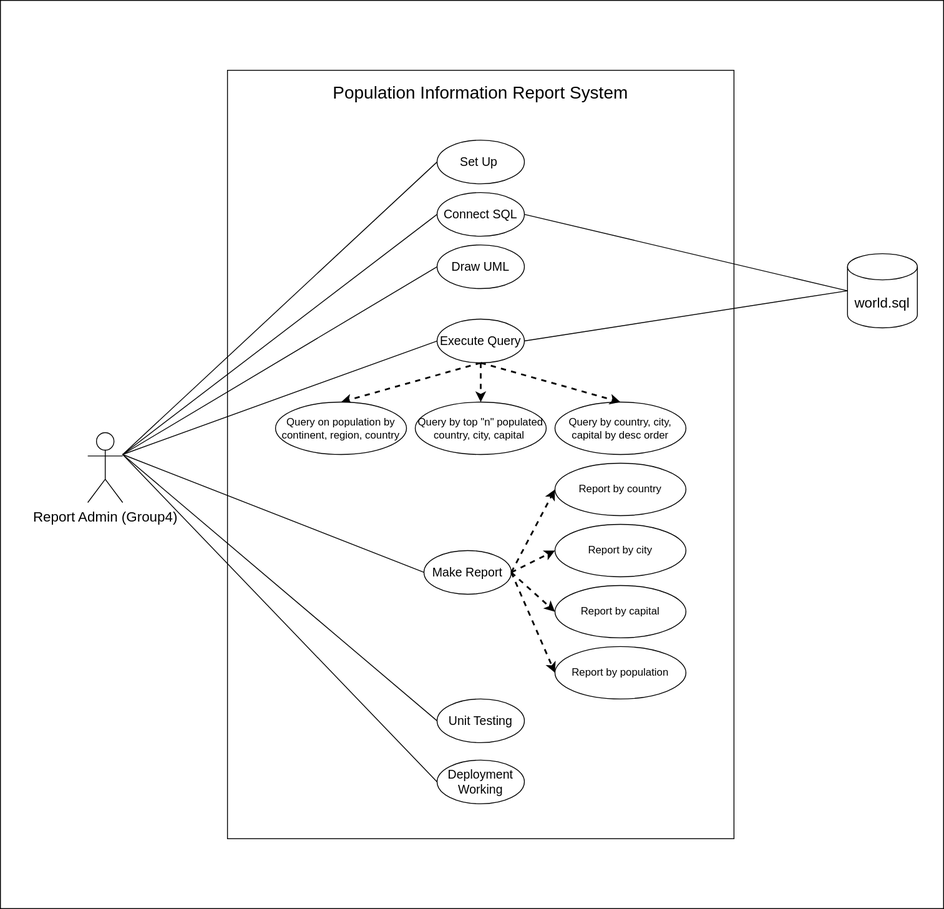
Before: testDemo.svg, a diagram exported from draw.io (40516571-SuHninLwin/firstDemo). Source tidied: cells renumbered, new cells last; positions are measured from the earlier drawing's top-left corner, leaving out a move shared by most shapes.
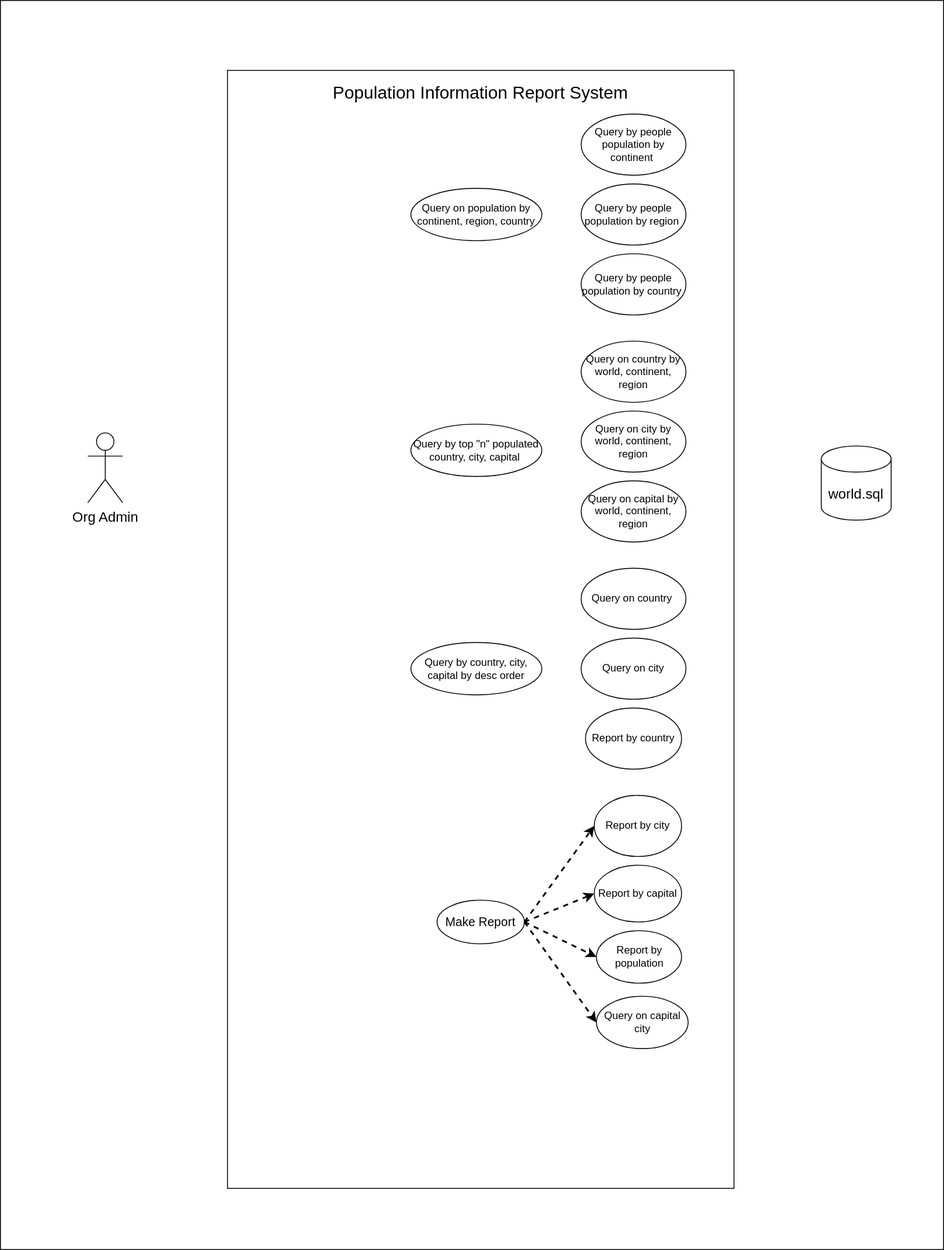
After the change.

The edit, as a diff of the source:
```diff
@@ -3,115 +3,45 @@
     <mxCell id="0" />
     <mxCell id="1" parent="0" />
     <mxCell id="2" style="rounded=0;whiteSpace=wrap;html=1;fontSize=16;fillColor=none;" parent="1" vertex="1">
-      <mxGeometry width="1080" height="1040" as="geometry" />
+      <mxGeometry width="1080" height="1430" as="geometry" />
     </mxCell>
-    <mxCell id="3" value="Report Admin (Group4)" style="shape=umlActor;verticalLabelPosition=bottom;verticalAlign=top;html=1;fontSize=16;" parent="1" vertex="1">
+    <mxCell id="3" value="Org Admin" style="shape=umlActor;verticalLabelPosition=bottom;verticalAlign=top;html=1;fontSize=16;" parent="1" vertex="1">
       <mxGeometry x="100" y="495" width="40" height="80" as="geometry" />
     </mxCell>
     <mxCell id="4" style="rounded=0;whiteSpace=wrap;html=1;" parent="1" vertex="1">
-      <mxGeometry x="260" y="80" width="580" height="880" as="geometry" />
+      <mxGeometry x="260" y="80" width="580" height="1280" as="geometry" />
     </mxCell>
-    <mxCell id="5" value="Set Up&amp;nbsp;" style="ellipse;whiteSpace=wrap;html=1;fontSize=14;" parent="1" vertex="1">
-      <mxGeometry x="500" y="160" width="100" height="50" as="geometry" />
-    </mxCell>
-    <mxCell id="6" value="Connect SQL" style="ellipse;whiteSpace=wrap;html=1;fontSize=14;" parent="1" vertex="1">
-      <mxGeometry x="500" y="220" width="100" height="50" as="geometry" />
-    </mxCell>
-    <mxCell id="7" value="Draw UML" style="ellipse;whiteSpace=wrap;html=1;fontSize=14;" parent="1" vertex="1">
-      <mxGeometry x="500" y="280" width="100" height="50" as="geometry" />
-    </mxCell>
-    <mxCell id="8" style="rounded=0;jettySize=auto;html=1;exitX=0.5;exitY=1;exitDx=0;exitDy=0;strokeWidth=2;fontSize=16;dashed=1;entryX=0.5;entryY=0;entryDx=0;entryDy=0;" parent="1" edge="1" source="9" target="17">
-      <mxGeometry relative="1" as="geometry" />
-    </mxCell>
-    <mxCell id="9" value="Execute Query" style="ellipse;whiteSpace=wrap;html=1;fontSize=14;" parent="1" vertex="1">
-      <mxGeometry x="500" y="365" width="100" height="50" as="geometry" />
-    </mxCell>
     <mxCell id="10" value="Make Report" style="ellipse;whiteSpace=wrap;html=1;fontSize=14;" parent="1" vertex="1">
-      <mxGeometry x="485" y="630" width="100" height="50" as="geometry" />
+      <mxGeometry x="500" y="1030" width="100" height="50" as="geometry" />
     </mxCell>
-    <mxCell id="11" value="Unit Testing" style="ellipse;whiteSpace=wrap;html=1;fontSize=14;" parent="1" vertex="1">
-      <mxGeometry x="500" y="800" width="100" height="50" as="geometry" />
-    </mxCell>
-    <mxCell id="12" value="Deployment Working" style="ellipse;whiteSpace=wrap;html=1;fontSize=14;" parent="1" vertex="1">
-      <mxGeometry x="500" y="870" width="100" height="50" as="geometry" />
-    </mxCell>
     <mxCell id="13" value="Population Information Report System" style="text;html=1;strokeColor=none;fillColor=none;align=center;verticalAlign=middle;whiteSpace=wrap;rounded=0;fontSize=20;" parent="1" vertex="1">
       <mxGeometry x="260" y="80" width="580" height="50" as="geometry" />
     </mxCell>
     <mxCell id="14" value="world.sql" style="shape=cylinder3;whiteSpace=wrap;html=1;boundedLbl=1;backgroundOutline=1;size=15;fontSize=16;" parent="1" vertex="1">
-      <mxGeometry x="970" y="290" width="80" height="85" as="geometry" />
+      <mxGeometry x="940" y="510" width="80" height="85" as="geometry" />
     </mxCell>
     <mxCell id="15" value="Query by country, city, capital by desc order" style="ellipse;whiteSpace=wrap;html=1;fontSize=12;" parent="1" vertex="1">
-      <mxGeometry x="635" y="460" width="150" height="60" as="geometry" />
+      <mxGeometry x="470" y="735" width="150" height="60" as="geometry" />
     </mxCell>
     <mxCell id="16" value="Query by top &quot;n&quot; populated country, city, capital&amp;nbsp;" style="ellipse;whiteSpace=wrap;html=1;fontSize=12;" parent="1" vertex="1">
-      <mxGeometry x="475" y="460" width="150" height="60" as="geometry" />
+      <mxGeometry x="470" y="485" width="150" height="60" as="geometry" />
     </mxCell>
     <mxCell id="17" value="Query on population by continent, region, country" style="ellipse;whiteSpace=wrap;html=1;fontSize=12;" parent="1" vertex="1">
-      <mxGeometry x="315" y="460" width="150" height="60" as="geometry" />
+      <mxGeometry x="470" y="215" width="150" height="60" as="geometry" />
     </mxCell>
     <mxCell id="18" value="Report by country" style="ellipse;whiteSpace=wrap;html=1;fontSize=12;" parent="1" vertex="1">
-      <mxGeometry x="635" y="530" width="150" height="60" as="geometry" />
+      <mxGeometry x="670" y="810" width="110" height="70" as="geometry" />
     </mxCell>
     <mxCell id="19" value="Report by city" style="ellipse;whiteSpace=wrap;html=1;fontSize=12;" parent="1" vertex="1">
-      <mxGeometry x="635" y="600" width="150" height="60" as="geometry" />
+      <mxGeometry x="680" y="910" width="100" height="70" as="geometry" />
     </mxCell>
     <mxCell id="20" value="Report by capital" style="ellipse;whiteSpace=wrap;html=1;fontSize=12;" parent="1" vertex="1">
-      <mxGeometry x="635" y="670" width="150" height="60" as="geometry" />
+      <mxGeometry x="680" y="990" width="100" height="65" as="geometry" />
     </mxCell>
     <mxCell id="21" value="Report by population" style="ellipse;whiteSpace=wrap;html=1;fontSize=12;" parent="1" vertex="1">
-      <mxGeometry x="635" y="740" width="150" height="60" as="geometry" />
+      <mxGeometry x="682.5" y="1065" width="97.5" height="60" as="geometry" />
     </mxCell>
-    <mxCell id="22" style="endArrow=none;html=1;rounded=0;fontSize=20;entryX=0;entryY=0.5;entryDx=0;entryDy=0;" parent="1" edge="1" target="6">
-      <mxGeometry relative="1" as="geometry">
-        <mxPoint x="140" y="520" as="sourcePoint" />
-      </mxGeometry>
-    </mxCell>
-    <mxCell id="23" style="endArrow=none;html=1;rounded=0;fontSize=20;entryX=1;entryY=0.5;entryDx=0;entryDy=0;exitX=0;exitY=0.5;exitDx=0;exitDy=0;exitPerimeter=0;" parent="1" edge="1" source="14" target="6">
-      <mxGeometry relative="1" as="geometry" />
-    </mxCell>
-    <mxCell id="24" style="endArrow=none;html=1;rounded=0;fontSize=20;entryX=0;entryY=0.5;entryDx=0;entryDy=0;" parent="1" edge="1" target="7">
-      <mxGeometry relative="1" as="geometry">
-        <mxPoint x="140" y="520" as="sourcePoint" />
-      </mxGeometry>
-    </mxCell>
-    <mxCell id="25" style="endArrow=none;html=1;rounded=0;fontSize=20;entryX=0;entryY=0.5;entryDx=0;entryDy=0;" parent="1" edge="1" target="9">
-      <mxGeometry relative="1" as="geometry">
-        <mxPoint x="140" y="520" as="sourcePoint" />
-      </mxGeometry>
-    </mxCell>
-    <mxCell id="26" style="endArrow=none;html=1;rounded=0;fontSize=20;entryX=0;entryY=0.5;entryDx=0;entryDy=0;" parent="1" edge="1" target="10">
-      <mxGeometry relative="1" as="geometry">
-        <mxPoint x="140" y="520" as="sourcePoint" />
-      </mxGeometry>
-    </mxCell>
-    <mxCell id="27" style="endArrow=none;html=1;rounded=0;fontSize=20;entryX=0;entryY=0.5;entryDx=0;entryDy=0;" parent="1" edge="1" target="5">
-      <mxGeometry relative="1" as="geometry">
-        <mxPoint x="140" y="520" as="sourcePoint" />
-      </mxGeometry>
-    </mxCell>
-    <mxCell id="28" style="endArrow=none;html=1;rounded=0;fontSize=20;entryX=0;entryY=0.5;entryDx=0;entryDy=0;" parent="1" edge="1" target="11">
-      <mxGeometry relative="1" as="geometry">
-        <mxPoint x="140" y="520" as="sourcePoint" />
-      </mxGeometry>
-    </mxCell>
-    <mxCell id="29" style="endArrow=none;html=1;rounded=0;fontSize=20;entryX=0;entryY=0.5;entryDx=0;entryDy=0;" parent="1" edge="1" target="12">
-      <mxGeometry relative="1" as="geometry">
-        <mxPoint x="140" y="520" as="sourcePoint" />
-      </mxGeometry>
-    </mxCell>
-    <mxCell id="30" style="endArrow=none;html=1;rounded=0;fontSize=20;exitX=0;exitY=0.5;exitDx=0;exitDy=0;exitPerimeter=0;" parent="1" edge="1" source="14">
-      <mxGeometry relative="1" as="geometry">
-        <mxPoint x="600" y="390" as="targetPoint" />
-      </mxGeometry>
-    </mxCell>
-    <mxCell id="31" style="rounded=0;jettySize=auto;html=1;exitX=0.5;exitY=1;exitDx=0;exitDy=0;strokeWidth=2;fontSize=16;dashed=1;entryX=0.5;entryY=0;entryDx=0;entryDy=0;" parent="1" edge="1" source="9" target="16">
-      <mxGeometry relative="1" as="geometry" />
-    </mxCell>
-    <mxCell id="32" style="rounded=0;jettySize=auto;html=1;exitX=0.5;exitY=1;exitDx=0;exitDy=0;strokeWidth=2;fontSize=16;dashed=1;entryX=0.5;entryY=0;entryDx=0;entryDy=0;" parent="1" edge="1" source="9" target="15">
-      <mxGeometry relative="1" as="geometry" />
-    </mxCell>
-    <mxCell id="33" style="rounded=0;jettySize=auto;html=1;exitX=1;exitY=0.5;exitDx=0;exitDy=0;strokeWidth=2;fontSize=16;dashed=1;entryX=0;entryY=0.5;entryDx=0;entryDy=0;" parent="1" edge="1" source="10" target="18">
+    <mxCell id="33" style="rounded=0;jettySize=auto;html=1;exitX=1;exitY=0.5;exitDx=0;exitDy=0;strokeWidth=2;fontSize=16;dashed=1;entryX=0;entryY=0.5;entryDx=0;entryDy=0;" parent="1" edge="1" source="10" target="45">
       <mxGeometry relative="1" as="geometry" />
     </mxCell>
     <mxCell id="34" style="rounded=0;jettySize=auto;html=1;strokeWidth=2;fontSize=16;dashed=1;entryX=0;entryY=0.5;entryDx=0;entryDy=0;exitX=1;exitY=0.5;exitDx=0;exitDy=0;" parent="1" edge="1" source="10" target="19">
@@ -123,5 +53,32 @@
     <mxCell id="36" style="rounded=0;jettySize=auto;html=1;strokeWidth=2;fontSize=16;dashed=1;entryX=0;entryY=0.5;entryDx=0;entryDy=0;exitX=1;exitY=0.5;exitDx=0;exitDy=0;" parent="1" edge="1" source="10" target="21">
       <mxGeometry relative="1" as="geometry" />
     </mxCell>
+    <mxCell id="37" value="Query by people population by continent&amp;nbsp;" style="ellipse;whiteSpace=wrap;html=1;fontSize=12;" parent="1" vertex="1">
+      <mxGeometry x="665" y="130" width="120" height="70" as="geometry" />
+    </mxCell>
+    <mxCell id="38" value="Query by people population by region&amp;nbsp;" style="ellipse;whiteSpace=wrap;html=1;fontSize=12;" parent="1" vertex="1">
+      <mxGeometry x="665" y="210" width="120" height="70" as="geometry" />
+    </mxCell>
+    <mxCell id="39" value="Query by people population by country&amp;nbsp;" style="ellipse;whiteSpace=wrap;html=1;fontSize=12;" parent="1" vertex="1">
+      <mxGeometry x="665" y="290" width="120" height="70" as="geometry" />
+    </mxCell>
+    <mxCell id="40" value="Query on country by world, continent, region" style="ellipse;whiteSpace=wrap;html=1;fontSize=12;" parent="1" vertex="1">
+      <mxGeometry x="665" y="390" width="120" height="70" as="geometry" />
+    </mxCell>
+    <mxCell id="41" value="Query on city by world, continent, region" style="ellipse;whiteSpace=wrap;html=1;fontSize=12;" parent="1" vertex="1">
+      <mxGeometry x="665" y="470" width="120" height="70" as="geometry" />
+    </mxCell>
+    <mxCell id="42" value="Query on capital by world, continent, region" style="ellipse;whiteSpace=wrap;html=1;fontSize=12;" parent="1" vertex="1">
+      <mxGeometry x="665" y="550" width="120" height="70" as="geometry" />
+    </mxCell>
+    <mxCell id="43" value="Query on country&amp;nbsp;" style="ellipse;whiteSpace=wrap;html=1;fontSize=12;" parent="1" vertex="1">
+      <mxGeometry x="665" y="650" width="120" height="70" as="geometry" />
+    </mxCell>
+    <mxCell id="44" value="Query on city" style="ellipse;whiteSpace=wrap;html=1;fontSize=12;" parent="1" vertex="1">
+      <mxGeometry x="665" y="730" width="120" height="70" as="geometry" />
+    </mxCell>
+    <mxCell id="45" value="Query on capital city" style="ellipse;whiteSpace=wrap;html=1;fontSize=12;" parent="1" vertex="1">
+      <mxGeometry x="682.5" y="1140" width="105" height="60" as="geometry" />
+    </mxCell>
   </root>
 </mxGraphModel>
```
